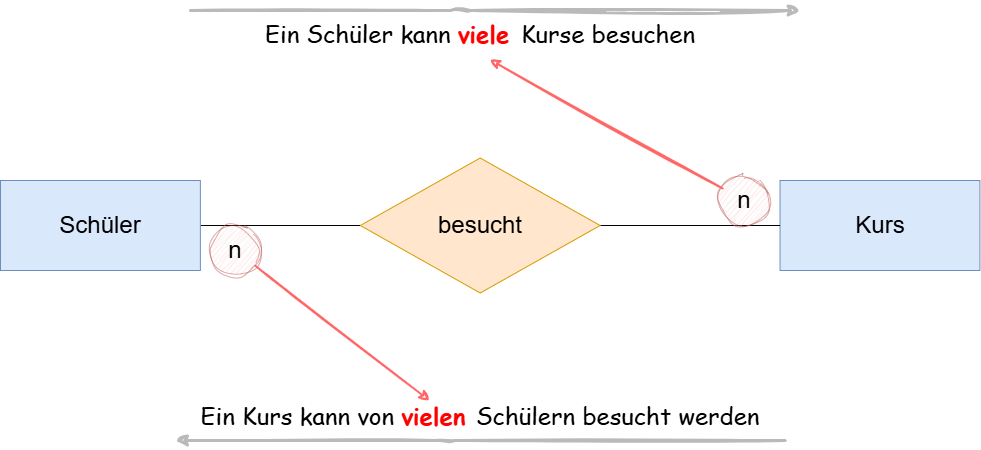
Above: slides/content/slides/Informatik/Database/assets/er-cardinality-m-to-n.drawio.png in HTL-Wolfsberg-Betriebsinformatik/skript (draw.io), before the change. Source tidied: cells renumbered, new cells last; positions are measured from the earlier drawing's top-left corner, leaving out a move shared by most shapes. Source of this version:
```xml
<mxGraphModel>
  <root>
    <mxCell id="0" />
    <mxCell id="1" parent="0" />
    <mxCell id="2" style="group;fontSize=24;" parent="1" vertex="1">
      <mxGeometry width="979.4" height="450" as="geometry" />
    </mxCell>
    <mxCell id="3" style="edgeStyle=none;html=1;endArrow=none;endFill=0;" parent="2" edge="1" source="4" target="8">
      <mxGeometry relative="1" as="geometry" />
    </mxCell>
    <mxCell id="4" value="Schüler" style="whiteSpace=wrap;html=1;align=center;fillColor=#dae8fc;strokeColor=#6c8ebf;fontSize=24;" parent="2" vertex="1">
      <mxGeometry y="180" width="199.9" height="90" as="geometry" />
    </mxCell>
    <mxCell id="5" style="edgeStyle=none;html=1;strokeColor=#BABABA;flowAnimation=0;sketch=1;curveFitting=1;jiggle=2;rounded=1;curved=0;strokeWidth=3;" parent="2" edge="1">
      <mxGeometry relative="1" as="geometry">
        <mxPoint x="784.7" y="440" as="sourcePoint" />
        <mxPoint x="174.7" y="440" as="targetPoint" />
        <Array as="points">
          <mxPoint x="444.7" y="440" />
        </Array>
      </mxGeometry>
    </mxCell>
    <mxCell id="6" value="Kurs" style="whiteSpace=wrap;html=1;align=center;fillColor=#dae8fc;strokeColor=#6c8ebf;fontSize=24;" parent="2" vertex="1">
      <mxGeometry x="779.5" y="180" width="199.9" height="90" as="geometry" />
    </mxCell>
    <mxCell id="7" style="edgeStyle=none;html=1;endArrow=none;endFill=0;" parent="2" edge="1" source="8" target="6">
      <mxGeometry relative="1" as="geometry" />
    </mxCell>
    <mxCell id="8" value="&lt;font style=&quot;font-size: 24px;&quot;&gt;besucht&lt;/font&gt;" style="shape=rhombus;perimeter=rhombusPerimeter;whiteSpace=wrap;html=1;align=center;fillColor=#ffe6cc;strokeColor=#d79b00;" parent="2" vertex="1">
      <mxGeometry x="359.8" y="157.5" width="239.9" height="135" as="geometry" />
    </mxCell>
    <mxCell id="9" value="&lt;font face=&quot;Comic Sans MS&quot;&gt;Ein Schüler kann&amp;nbsp;&lt;b&gt;&lt;font style=&quot;color: rgb(255, 0, 0);&quot;&gt;viele&amp;nbsp;&lt;/font&gt;&lt;/b&gt;Kurse besuchen&lt;/font&gt;" style="text;html=1;align=center;verticalAlign=middle;whiteSpace=wrap;rounded=0;fontSize=24;" parent="2" vertex="1">
      <mxGeometry x="239.9" width="479.7" height="67.5" as="geometry" />
    </mxCell>
    <mxCell id="10" value="&lt;font face=&quot;Comic Sans MS&quot;&gt;Ein Kurs kann von &lt;font style=&quot;color: rgb(255, 0, 0);&quot;&gt;&lt;b style=&quot;&quot;&gt;vielen &lt;/b&gt;&lt;/font&gt;Schülern besucht werden&lt;/font&gt;" style="text;html=1;align=center;verticalAlign=middle;whiteSpace=wrap;rounded=0;fontSize=24;" parent="2" vertex="1">
      <mxGeometry x="189.9" y="382.5" width="579.7" height="67.5" as="geometry" />
    </mxCell>
    <mxCell id="11" value="n" style="ellipse;whiteSpace=wrap;html=1;fillColor=#f8cecc;strokeColor=#b85450;opacity=50;fontSize=24;verticalAlign=middle;sketch=1;curveFitting=1;jiggle=2;" parent="2" vertex="1">
      <mxGeometry x="210" y="225" width="50" height="50" as="geometry" />
    </mxCell>
    <mxCell id="12" style="edgeStyle=none;html=1;fillColor=#f8cecc;strokeColor=#FF6666;strokeWidth=2;sketch=1;curveFitting=1;jiggle=2;" parent="2" edge="1" source="11">
      <mxGeometry relative="1" as="geometry">
        <mxPoint x="429" y="400" as="targetPoint" />
      </mxGeometry>
    </mxCell>
    <mxCell id="13" value="n" style="ellipse;whiteSpace=wrap;html=1;fillColor=#f8cecc;strokeColor=#b85450;opacity=50;fontSize=24;sketch=1;curveFitting=1;jiggle=2;" parent="2" vertex="1">
      <mxGeometry x="719" y="175" width="50" height="50" as="geometry" />
    </mxCell>
    <mxCell id="14" style="edgeStyle=none;html=1;entryX=0.52;entryY=0.876;entryDx=0;entryDy=0;entryPerimeter=0;fillColor=#f8cecc;strokeColor=#FF6666;strokeWidth=2;sketch=1;curveFitting=1;jiggle=2;" parent="2" edge="1" source="13" target="9">
      <mxGeometry relative="1" as="geometry" />
    </mxCell>
    <mxCell id="15" style="edgeStyle=none;html=1;strokeColor=#BABABA;flowAnimation=0;sketch=1;curveFitting=1;jiggle=2;rounded=1;curved=0;startArrow=classic;startFill=1;endArrow=none;endFill=0;strokeWidth=3;" parent="2" edge="1">
      <mxGeometry relative="1" as="geometry">
        <mxPoint x="799.9" y="10" as="sourcePoint" />
        <mxPoint x="189.9" y="10" as="targetPoint" />
        <Array as="points">
          <mxPoint x="459.9" y="10" />
        </Array>
      </mxGeometry>
    </mxCell>
  </root>
</mxGraphModel>
```
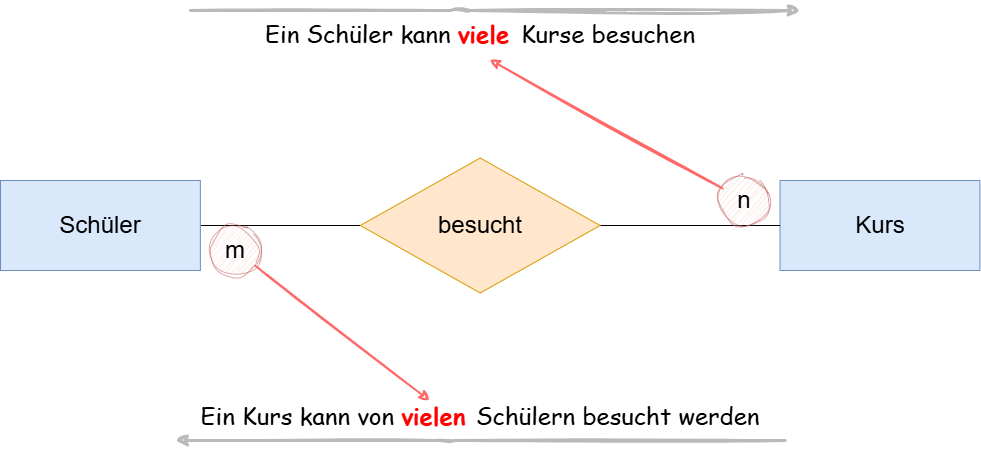
After the commit.

What changed in the source:
```diff
@@ -35,7 +35,7 @@
     <mxCell id="10" value="&lt;font face=&quot;Comic Sans MS&quot;&gt;Ein Kurs kann von &lt;font style=&quot;color: rgb(255, 0, 0);&quot;&gt;&lt;b style=&quot;&quot;&gt;vielen &lt;/b&gt;&lt;/font&gt;Schülern besucht werden&lt;/font&gt;" style="text;html=1;align=center;verticalAlign=middle;whiteSpace=wrap;rounded=0;fontSize=24;" parent="2" vertex="1">
       <mxGeometry x="189.9" y="382.5" width="579.7" height="67.5" as="geometry" />
     </mxCell>
-    <mxCell id="11" value="n" style="ellipse;whiteSpace=wrap;html=1;fillColor=#f8cecc;strokeColor=#b85450;opacity=50;fontSize=24;verticalAlign=middle;sketch=1;curveFitting=1;jiggle=2;" parent="2" vertex="1">
+    <mxCell id="11" value="m" style="ellipse;whiteSpace=wrap;html=1;fillColor=#f8cecc;strokeColor=#b85450;opacity=50;fontSize=24;verticalAlign=middle;sketch=1;curveFitting=1;jiggle=2;" parent="2" vertex="1">
       <mxGeometry x="210" y="225" width="50" height="50" as="geometry" />
     </mxCell>
     <mxCell id="12" style="edgeStyle=none;html=1;fillColor=#f8cecc;strokeColor=#FF6666;strokeWidth=2;sketch=1;curveFitting=1;jiggle=2;" parent="2" edge="1" source="11">
```
